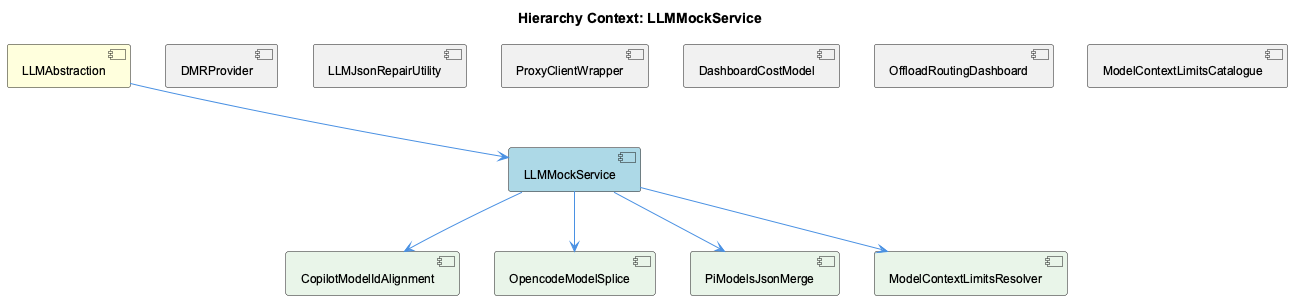
Earlier version of the PlantUML export knowledge-management/insights/images/llmmock-service-relationship.png (fwornle/coding).
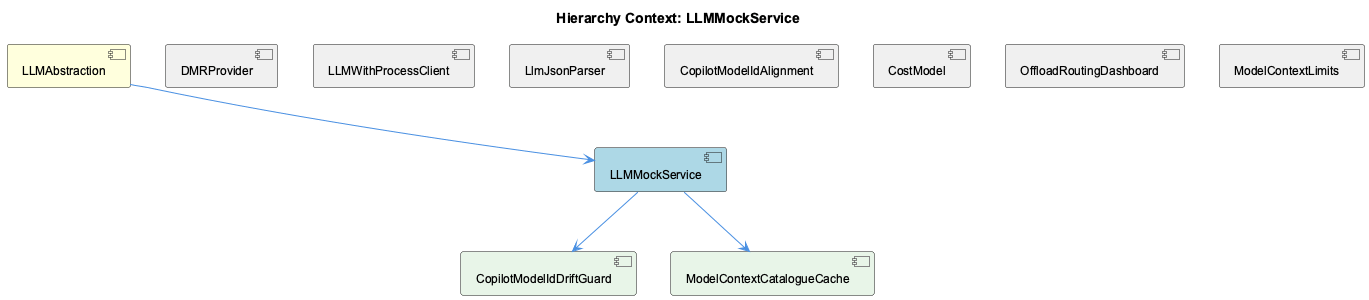
After the commit.

What changed in the source:
```diff
@@ -6,28 +6,24 @@
 [LLMAbstraction] as llmabstraction #FFFFDD
 [LLMMockService] as llmmock_service #LightBlue
 [DMRProvider] as dmrprovider #F0F0F0
-[LLMJsonRepairUtility] as llmjson_repair_utility #F0F0F0
-[ProxyClientWrapper] as proxy_client_wrapper #F0F0F0
+[LLMWithProcessClient] as llmwith_process_client #F0F0F0
+[LlmJsonParser] as llm_json_parser #F0F0F0
 [CopilotModelIdAlignment] as copilot_model_id_alignment #F0F0F0
-[DashboardCostModel] as dashboard_cost_model #F0F0F0
+[CostModel] as cost_model #F0F0F0
 [OffloadRoutingDashboard] as offload_routing_dashboard #F0F0F0
-[ModelContextLimitsCatalogue] as model_context_limits_catalogue #F0F0F0
-[CopilotModelIdAlignment] as copilot_model_id_alignment #E8F5E8
-[OpencodeModelSplice] as opencode_model_splice #E8F5E8
-[PiModelsJsonMerge] as pi_models_json_merge #E8F5E8
-[ModelContextLimitsResolver] as model_context_limits_resolver #E8F5E8
+[ModelContextLimits] as model_context_limits #F0F0F0
+[CopilotModelIdDriftGuard] as copilot_model_id_drift_guard #E8F5E8
+[ModelContextCatalogueCache] as model_context_catalogue_cache #E8F5E8
 
 llmabstraction --> llmmock_service
 dmrprovider -[hidden]- llmmock_service
-llmjson_repair_utility -[hidden]- llmmock_service
-proxy_client_wrapper -[hidden]- llmmock_service
+llmwith_process_client -[hidden]- llmmock_service
+llm_json_parser -[hidden]- llmmock_service
 copilot_model_id_alignment -[hidden]- llmmock_service
-dashboard_cost_model -[hidden]- llmmock_service
+cost_model -[hidden]- llmmock_service
 offload_routing_dashboard -[hidden]- llmmock_service
-model_context_limits_catalogue -[hidden]- llmmock_service
-llmmock_service --> copilot_model_id_alignment
-llmmock_service --> opencode_model_splice
-llmmock_service --> pi_models_json_merge
-llmmock_service --> model_context_limits_resolver
+model_context_limits -[hidden]- llmmock_service
+llmmock_service --> copilot_model_id_drift_guard
+llmmock_service --> model_context_catalogue_cache
 
 @enduml
```
